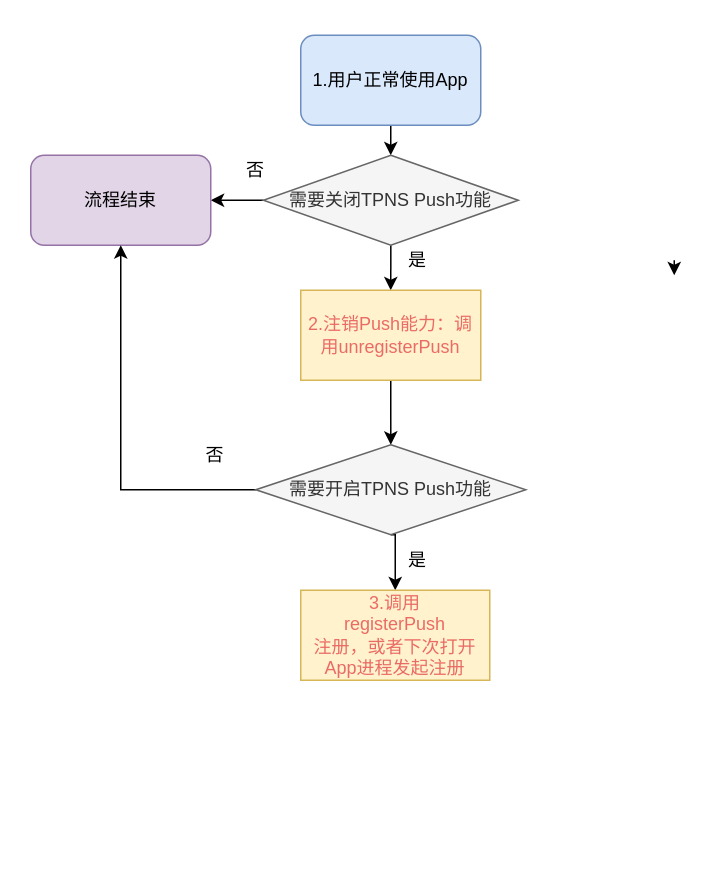
Before: unregister_android.drawio in muyanbiao/tpnsFlowChart, a draw.io diagram. Source tidied: cells renumbered, new cells numbered last; positions are measured from the earlier drawing's top-left corner, leaving out a move shared by most shapes. Both pictures are drawn from the tidied source at 150%, with x=0, y=0 at pixel (30, 34).
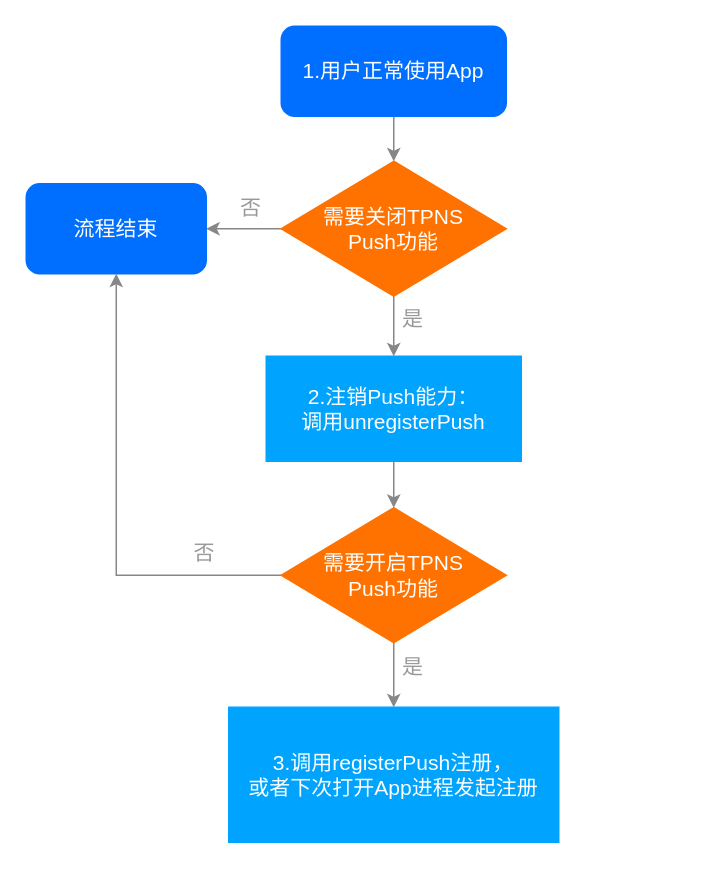
Above is the later version.

Change to the diagram source:
```diff
@@
-    <mxCell id="2" style="endArrow=classic;html=1;exitX=0.5;exitY=1;exitDx=0;exitDy=0;entryX=0.5;entryY=0;entryDx=0;entryDy=0;" parent="1" edge="1" source="3">
-      <mxGeometry relative="1" as="geometry">
-        <mxPoint x="240" y="80" as="targetPoint" />
-      </mxGeometry>
-    </mxCell>
+    <mxCell id="19" style="edgeStyle=orthogonalEdgeStyle;rounded=0;jettySize=auto;html=1;entryX=0.5;entryY=0;entryDx=0;entryDy=0;fontSize=14;strokeColor=#878787;" parent="1" edge="1" source="3" target="7">
+      <mxGeometry relative="1" as="geometry" />
+    </mxCell>
-    <mxCell id="3" value="&lt;font face=&quot;helvetica&quot;&gt;1.用户正常使用App&lt;/font&gt;" style="rounded=1;whiteSpace=wrap;html=1;fillColor=#dae8fc;strokeColor=#6c8ebf;" parent="1" vertex="1">
-      <mxGeometry x="180" width="120" height="60" as="geometry" />
+    <mxCell id="3" value="&lt;font face=&quot;helvetica&quot; style=&quot;font-size: 14px;&quot;&gt;1.用户正常使用App&lt;/font&gt;" style="rounded=1;whiteSpace=wrap;html=1;fillColor=#006EFF;strokeColor=#006EFF;fontSize=14;fontColor=#FFFFFF;" parent="1" vertex="1">
+      <mxGeometry x="167" y="-6" width="150" height="60" as="geometry" />
     </mxCell>
-    <mxCell id="4" value="是" style="text;html=1;strokeColor=none;fillColor=none;align=center;verticalAlign=middle;whiteSpace=wrap;rounded=0;" parent="1" vertex="1">
-      <mxGeometry x="238" y="140" width="40" height="20" as="geometry" />
+    <mxCell id="4" value="是" style="text;html=1;strokeColor=none;fillColor=none;align=center;verticalAlign=middle;whiteSpace=wrap;rounded=0;fontSize=14;fontColor=#999999;" parent="1" vertex="1">
+      <mxGeometry x="243" y="177" width="24" height="24" as="geometry" />
     </mxCell>
-    <mxCell id="5" style="edgeStyle=orthogonalEdgeStyle;rounded=0;jettySize=auto;html=1;exitX=0;exitY=0.5;exitDx=0;exitDy=0;entryX=1;entryY=0.5;entryDx=0;entryDy=0;" parent="1" edge="1" source="7" target="8">
+    <mxCell id="5" style="edgeStyle=orthogonalEdgeStyle;rounded=0;jettySize=auto;html=1;exitX=0;exitY=0.5;exitDx=0;exitDy=0;entryX=1;entryY=0.5;entryDx=0;entryDy=0;fontSize=14;strokeColor=#878787;" parent="1" edge="1" source="7" target="8">
       <mxGeometry relative="1" as="geometry" />
     </mxCell>
-    <mxCell id="6" style="edgeStyle=orthogonalEdgeStyle;rounded=0;jettySize=auto;html=1;exitX=0.5;exitY=1;exitDx=0;exitDy=0;entryX=0.5;entryY=0;entryDx=0;entryDy=0;" parent="1" edge="1" source="7" target="11">
+    <mxCell id="6" style="edgeStyle=orthogonalEdgeStyle;rounded=0;jettySize=auto;html=1;exitX=0.5;exitY=1;exitDx=0;exitDy=0;entryX=0.5;entryY=0;entryDx=0;entryDy=0;fontSize=14;strokeColor=#878787;" parent="1" edge="1" source="7" target="11">
       <mxGeometry relative="1" as="geometry" />
     </mxCell>
-    <mxCell id="7" value="需要关闭TPNS Push功能" style="rhombus;whiteSpace=wrap;html=1;fillColor=#f5f5f5;strokeColor=#666666;fontColor=#333333;" parent="1" vertex="1">
-      <mxGeometry x="155.1" y="80" width="169.9" height="60" as="geometry" />
+    <mxCell id="7" value="需要关闭TPNS&lt;br&gt;Push功能" style="rhombus;whiteSpace=wrap;html=1;fillColor=#FF7200;strokeColor=#FF7200;fontSize=14;fontColor=#FFFFFF;" parent="1" vertex="1">
+      <mxGeometry x="167" y="84" width="150" height="90" as="geometry" />
     </mxCell>
-    <mxCell id="8" value="&lt;font face=&quot;helvetica&quot;&gt;流程结束&lt;br&gt;&lt;/font&gt;" style="rounded=1;whiteSpace=wrap;html=1;fillColor=#e1d5e7;strokeColor=#9673a6;" parent="1" vertex="1">
-      <mxGeometry y="80" width="120" height="60" as="geometry" />
+    <mxCell id="8" value="&lt;font face=&quot;helvetica&quot; style=&quot;font-size: 14px;&quot;&gt;流程结束&lt;br style=&quot;font-size: 14px;&quot;&gt;&lt;/font&gt;" style="rounded=1;whiteSpace=wrap;html=1;fillColor=#006EFF;strokeColor=#006EFF;fontSize=14;fontColor=#FFFFFF;" parent="1" vertex="1">
+      <mxGeometry x="-3" y="99" width="120" height="60" as="geometry" />
     </mxCell>
-    <mxCell id="9" value="否" style="text;html=1;strokeColor=none;fillColor=none;align=center;verticalAlign=middle;whiteSpace=wrap;rounded=0;" parent="1" vertex="1">
-      <mxGeometry x="130" y="80" width="40" height="20" as="geometry" />
+    <mxCell id="9" value="否" style="text;html=1;strokeColor=none;fillColor=none;align=center;verticalAlign=middle;whiteSpace=wrap;rounded=0;fontSize=14;fontColor=#999999;" parent="1" vertex="1">
+      <mxGeometry x="135" y="103" width="24" height="24" as="geometry" />
     </mxCell>
-    <mxCell id="10" style="edgeStyle=orthogonalEdgeStyle;rounded=0;jettySize=auto;html=1;exitX=0.5;exitY=1;exitDx=0;exitDy=0;entryX=0.5;entryY=0;entryDx=0;entryDy=0;" parent="1" edge="1" source="11" target="14">
+    <mxCell id="10" style="edgeStyle=orthogonalEdgeStyle;rounded=0;jettySize=auto;html=1;exitX=0.5;exitY=1;exitDx=0;exitDy=0;entryX=0.5;entryY=0;entryDx=0;entryDy=0;fontSize=14;strokeColor=#878787;" parent="1" edge="1" source="11" target="14">
       <mxGeometry relative="1" as="geometry" />
     </mxCell>
-    <mxCell id="11" value="&lt;font face=&quot;helvetica&quot;&gt;&lt;font color=&quot;#ea6b66&quot;&gt;2.注销Push能力：调用unregisterPush&lt;/font&gt;&lt;br&gt;&lt;/font&gt;" style="rounded=0;whiteSpace=wrap;html=1;fillColor=#fff2cc;strokeColor=#d6b656;" parent="1" vertex="1">
-      <mxGeometry x="180" y="170" width="120" height="60" as="geometry" />
+    <mxCell id="11" value="&lt;font face=&quot;helvetica&quot; style=&quot;font-size: 14px&quot;&gt;&lt;font style=&quot;font-size: 14px&quot;&gt;2.注销Push能力：&lt;br&gt;调用unregisterPush&lt;/font&gt;&lt;br style=&quot;font-size: 14px&quot;&gt;&lt;/font&gt;" style="rounded=0;whiteSpace=wrap;html=1;fillColor=#00A4FF;strokeColor=#00A4FF;fontSize=14;fontColor=#FFFFFF;" parent="1" vertex="1">
+      <mxGeometry x="157" y="214" width="170" height="70" as="geometry" />
     </mxCell>
-    <mxCell id="12" style="edgeStyle=orthogonalEdgeStyle;rounded=0;jettySize=auto;html=1;exitX=0;exitY=0.5;exitDx=0;exitDy=0;entryX=0.5;entryY=1;entryDx=0;entryDy=0;" parent="1" edge="1" source="14" target="8">
+    <mxCell id="12" style="edgeStyle=orthogonalEdgeStyle;rounded=0;jettySize=auto;html=1;exitX=0;exitY=0.5;exitDx=0;exitDy=0;entryX=0.5;entryY=1;entryDx=0;entryDy=0;fontSize=14;strokeColor=#878787;" parent="1" edge="1" source="14" target="8">
       <mxGeometry relative="1" as="geometry" />
     </mxCell>
-    <mxCell id="13" style="edgeStyle=orthogonalEdgeStyle;rounded=0;jettySize=auto;html=1;exitX=0.5;exitY=1;exitDx=0;exitDy=0;entryX=0.5;entryY=0;entryDx=0;entryDy=0;" parent="1" edge="1" source="14" target="16">
+    <mxCell id="13" style="edgeStyle=orthogonalEdgeStyle;rounded=0;jettySize=auto;html=1;exitX=0.5;exitY=1;exitDx=0;exitDy=0;entryX=0.5;entryY=0;entryDx=0;entryDy=0;fontSize=14;strokeColor=#878787;" parent="1" edge="1" source="14" target="16">
       <mxGeometry relative="1" as="geometry" />
     </mxCell>
-    <mxCell id="14" value="需要开启TPNS Push功能" style="rhombus;whiteSpace=wrap;html=1;fillColor=#f5f5f5;strokeColor=#666666;fontColor=#333333;" parent="1" vertex="1">
-      <mxGeometry x="150.1" y="273" width="179.9" height="60" as="geometry" />
+    <mxCell id="14" value="需要开启TPNS&lt;br&gt;Push功能" style="rhombus;whiteSpace=wrap;html=1;fillColor=#FF7200;strokeColor=#FF7200;fontSize=14;fontColor=#FFFFFF;" parent="1" vertex="1">
+      <mxGeometry x="167" y="315" width="150" height="90" as="geometry" />
     </mxCell>
-    <mxCell id="15" value="否" style="text;html=1;strokeColor=none;fillColor=none;align=center;verticalAlign=middle;whiteSpace=wrap;rounded=0;" parent="1" vertex="1">
-      <mxGeometry x="103" y="270" width="40" height="20" as="geometry" />
+    <mxCell id="15" value="否" style="text;html=1;strokeColor=none;fillColor=none;align=center;verticalAlign=middle;whiteSpace=wrap;rounded=0;fontSize=14;fontColor=#999999;" parent="1" vertex="1">
+      <mxGeometry x="104" y="333" width="24" height="24" as="geometry" />
     </mxCell>
-    <mxCell id="16" value="&lt;font color=&quot;#ea6b66&quot;&gt;3.&lt;/font&gt;&lt;span style=&quot;font-family: &amp;#34;helvetica&amp;#34;&quot;&gt;&lt;font color=&quot;#ea6b66&quot;&gt;调用&lt;br&gt;registerPush&lt;br&gt;注册，或者下次打开App进程发起注册&lt;/font&gt;&lt;br&gt;&lt;/span&gt;" style="rounded=0;whiteSpace=wrap;html=1;fillColor=#fff2cc;strokeColor=#d6b656;" parent="1" vertex="1">
-      <mxGeometry x="180" y="370" width="126" height="60" as="geometry" />
+    <mxCell id="16" value="&lt;font style=&quot;font-size: 14px&quot;&gt;3.&lt;/font&gt;&lt;span style=&quot;font-family: &amp;#34;helvetica&amp;#34; ; font-size: 14px&quot;&gt;&lt;font style=&quot;font-size: 14px&quot;&gt;调用registerPush注册，&lt;br&gt;或者下次打开App进程发起注册&lt;/font&gt;&lt;br style=&quot;font-size: 14px&quot;&gt;&lt;/span&gt;" style="rounded=0;whiteSpace=wrap;html=1;fillColor=#00A4FF;strokeColor=#00A4FF;fontSize=14;fontColor=#FFFFFF;" parent="1" vertex="1">
+      <mxGeometry x="132" y="448" width="220" height="90" as="geometry" />
     </mxCell>
-    <mxCell id="17" value="是" style="text;html=1;strokeColor=none;fillColor=none;align=center;verticalAlign=middle;whiteSpace=wrap;rounded=0;" parent="1" vertex="1">
-      <mxGeometry x="238" y="340" width="40" height="20" as="geometry" />
+    <mxCell id="17" value="是" style="text;html=1;strokeColor=none;fillColor=none;align=center;verticalAlign=middle;whiteSpace=wrap;rounded=0;fontSize=14;fontColor=#999999;" parent="1" vertex="1">
+      <mxGeometry x="243" y="409" width="24" height="24" as="geometry" />
     </mxCell>
-    <mxCell id="18" style="edgeStyle=orthogonalEdgeStyle;rounded=0;orthogonalLoop=1;jettySize=auto;html=1;exitX=0.5;exitY=1;exitDx=0;exitDy=0;" parent="1" edge="1">
-      <mxGeometry relative="1" as="geometry">
-        <mxPoint x="429" y="150" as="sourcePoint" />
-        <mxPoint x="429" y="160" as="targetPoint" />
-      </mxGeometry>
-    </mxCell>
```
